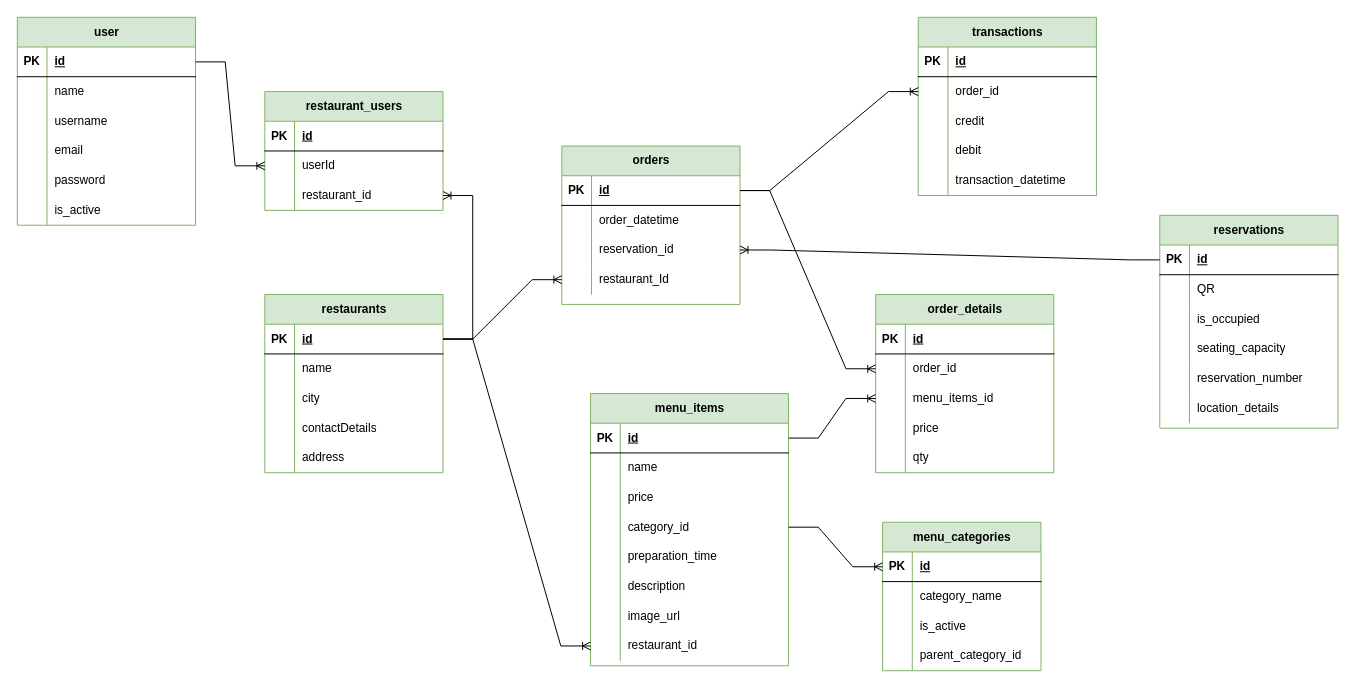
Earlier version of the draw.io diagram resturant-erd.drawio (zakk616/resturant-erd). Source tidied: cells renumbered, new cells numbered last; positions are measured from the earlier drawing's top-left corner, leaving out a move shared by most shapes. Both pictures are drawn from the tidied source at 99%, with x=0, y=0 at pixel (17, 17).
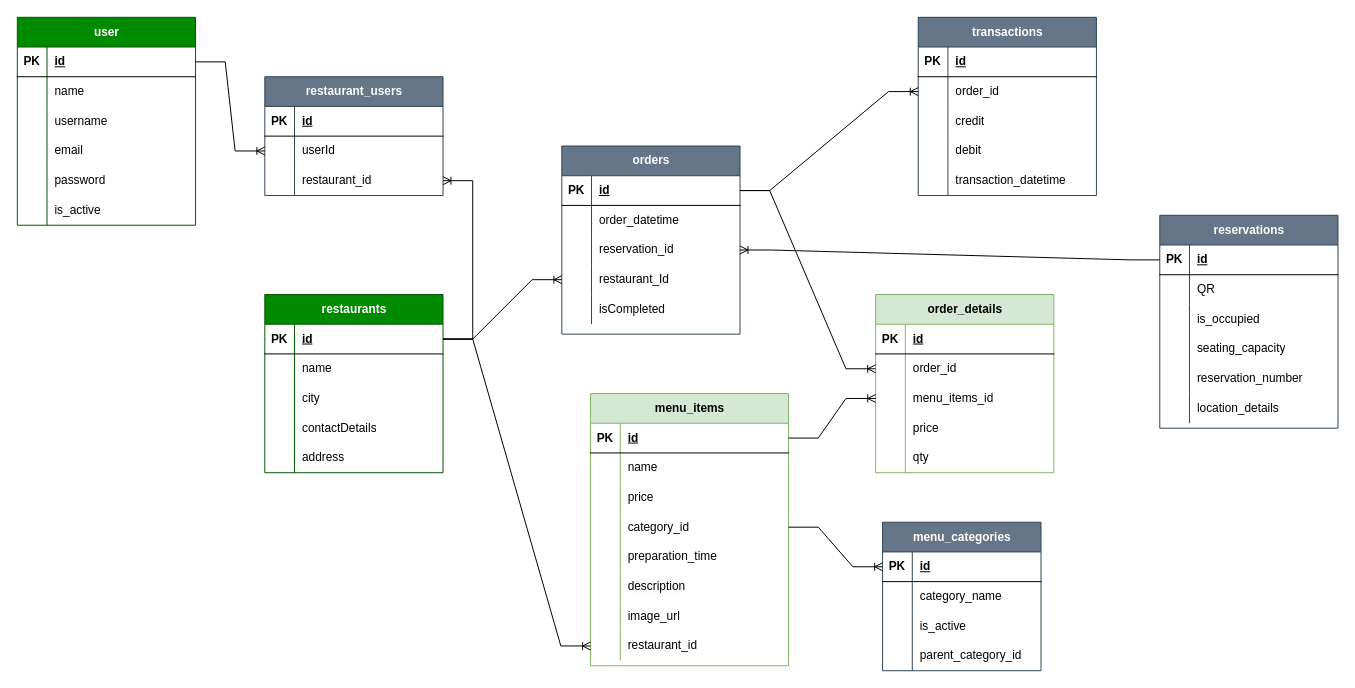
The same diagram, later.

Change to the diagram source:
```diff
@@
-    <mxCell id="27" value="menu_categories" style="shape=table;startSize=30;childLayout=tableLayout;rowLines=0;fontStyle=1;align=center;html=1;fillColor=#d5e8d4;strokeColor=#82b366;" parent="1" vertex="1">
+    <mxCell id="27" value="menu_categories" style="shape=table;startSize=30;childLayout=tableLayout;rowLines=0;fontStyle=1;align=center;html=1;fillColor=#647687;strokeColor=#314354;fontColor=#ffffff;" parent="1" vertex="1">
       <mxGeometry x="874" y="510" width="160" height="150" as="geometry" />
     </mxCell>
@@
-    <mxCell id="41" value="orders" style="shape=table;startSize=30;childLayout=tableLayout;rowLines=0;fontStyle=1;align=center;html=1;fillColor=#d5e8d4;strokeColor=#82b366;" parent="1" vertex="1">
-      <mxGeometry x="550" y="130" width="180" height="160" as="geometry" />
+    <mxCell id="41" value="orders" style="shape=table;startSize=30;childLayout=tableLayout;rowLines=0;fontStyle=1;align=center;html=1;fillColor=#647687;strokeColor=#314354;fontColor=#ffffff;" parent="1" vertex="1">
+      <mxGeometry x="550" y="130" width="180" height="190" as="geometry" />
     </mxCell>
@@
+    <mxCell id="158" style="shape=tableRow;horizontal=0;startSize=0;swimlaneHead=0;swimlaneBody=0;fillColor=none;top=0;left=0;right=0;bottom=0;" parent="41" vertex="1">
+      <mxGeometry y="150" width="180" height="30" as="geometry" />
+    </mxCell>
+    <mxCell id="159" style="shape=partialRectangle;fillColor=none;top=0;left=0;bottom=0;right=0;overflow=hidden;whiteSpace=wrap;html=1;" parent="158" vertex="1">
+      <mxGeometry width="30" height="30" as="geometry" />
+    </mxCell>
+    <mxCell id="160" value="isCompleted" style="shape=partialRectangle;fillColor=none;top=0;left=0;bottom=0;right=0;align=left;spacingLeft=6;overflow=hidden;whiteSpace=wrap;html=1;" parent="158" vertex="1">
+      <mxGeometry x="30" width="150" height="30" as="geometry" />
+    </mxCell>
@@
-    <mxCell id="72" value="reservations" style="shape=table;startSize=30;childLayout=tableLayout;rowLines=0;fontStyle=1;align=center;html=1;fillColor=#d5e8d4;strokeColor=#82b366;" parent="1" vertex="1">
+    <mxCell id="72" value="reservations" style="shape=table;startSize=30;childLayout=tableLayout;rowLines=0;fontStyle=1;align=center;html=1;fillColor=#647687;strokeColor=#314354;fontColor=#ffffff;" parent="1" vertex="1">
       <mxGeometry x="1154" y="200" width="180" height="215" as="geometry" />
     </mxCell>
@@
-    <mxCell id="92" value="transactions" style="shape=table;startSize=30;childLayout=tableLayout;rowLines=0;fontStyle=1;align=center;html=1;fillColor=#d5e8d4;strokeColor=#82b366;" parent="1" vertex="1">
+    <mxCell id="92" value="transactions" style="shape=table;startSize=30;childLayout=tableLayout;rowLines=0;fontStyle=1;align=center;html=1;fillColor=#647687;strokeColor=#314354;fontColor=#ffffff;" parent="1" vertex="1">
       <mxGeometry x="910" width="180" height="180" as="geometry" />
     </mxCell>
@@
-    <mxCell id="109" value="restaurants" style="shape=table;startSize=30;childLayout=tableLayout;rowLines=0;fontStyle=1;align=center;html=1;fillColor=#d5e8d4;strokeColor=#82b366;" parent="1" vertex="1">
+    <mxCell id="109" value="restaurants" style="shape=table;startSize=30;childLayout=tableLayout;rowLines=0;fontStyle=1;align=center;html=1;fillColor=#008a00;strokeColor=#005700;fontColor=#ffffff;" parent="1" vertex="1">
       <mxGeometry x="250" y="280" width="180" height="180" as="geometry" />
     </mxCell>
@@
-    <mxCell id="127" value="user" style="shape=table;startSize=30;childLayout=tableLayout;rowLines=0;fontStyle=1;align=center;html=1;fillColor=#d5e8d4;strokeColor=#82b366;" parent="1" vertex="1">
+    <mxCell id="127" value="user" style="shape=table;startSize=30;childLayout=tableLayout;rowLines=0;fontStyle=1;align=center;html=1;fillColor=#008a00;strokeColor=#005700;fontColor=#ffffff;" parent="1" vertex="1">
       <mxGeometry width="180" height="210" as="geometry" />
     </mxCell>
@@
-    <mxCell id="146" value="restaurant_users" style="shape=table;startSize=30;childLayout=tableLayout;rowLines=0;fontStyle=1;align=center;html=1;fillColor=#d5e8d4;strokeColor=#82b366;" parent="1" vertex="1">
-      <mxGeometry x="250" y="75" width="180" height="120" as="geometry" />
+    <mxCell id="146" value="restaurant_users" style="shape=table;startSize=30;childLayout=tableLayout;rowLines=0;fontStyle=1;align=center;html=1;fillColor=#647687;strokeColor=#314354;fontColor=#ffffff;" parent="1" vertex="1">
+      <mxGeometry x="250" y="60" width="180" height="120" as="geometry" />
     </mxCell>
```
